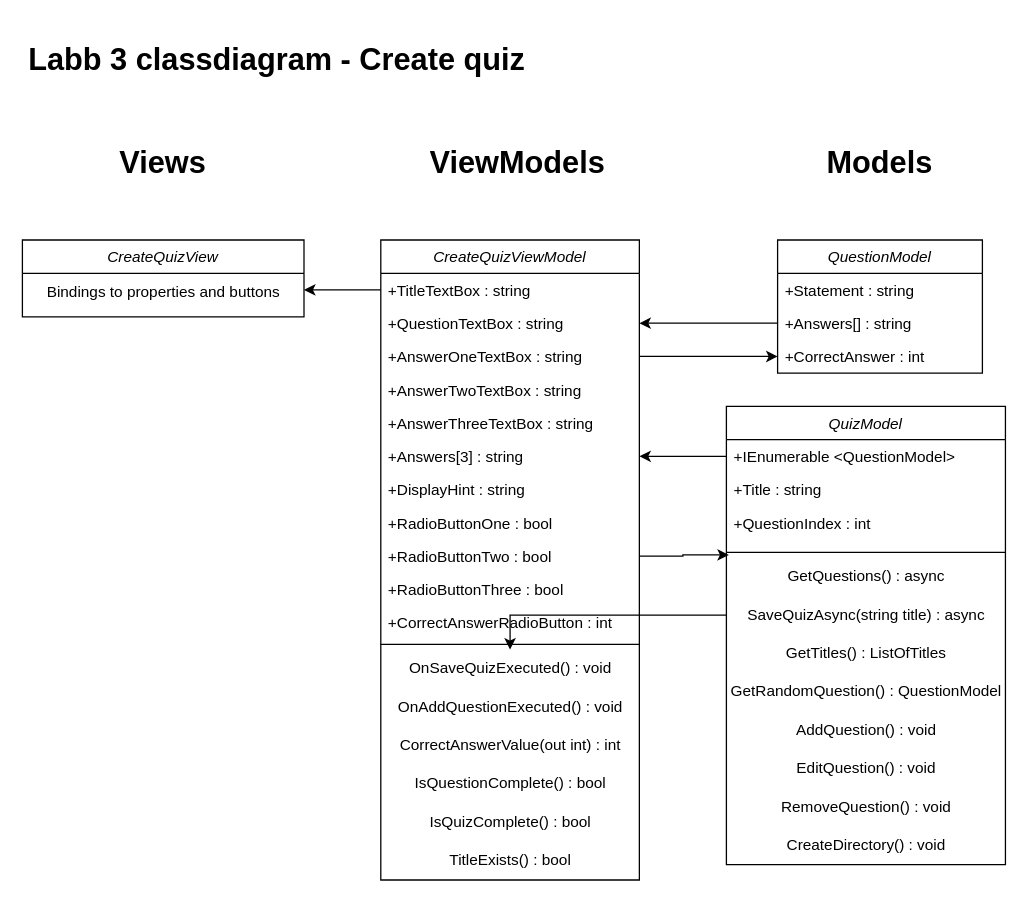
This is Labb3-Ressurrection/Resources/Namnlöst diagram.drawio from MagSandberg/Labb3-Ressurrection, a draw.io file, before an edit. Source tidied: cells renumbered, new cells numbered last; positions are measured from the earlier drawing's top-left corner, leaving out a move shared by most shapes. Both pictures are drawn from the tidied source at 128%, with x=0, y=0 at pixel (22, 35).
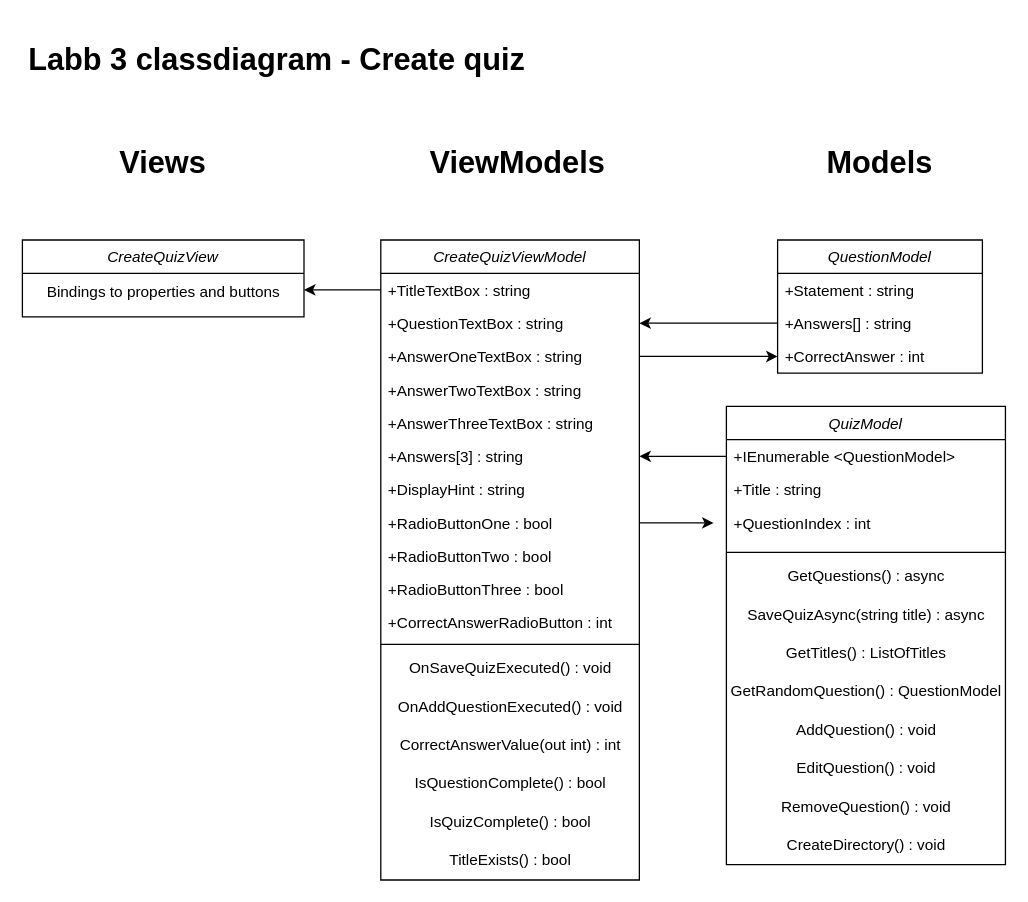
The same page after the edit.

Unchanged cells that the change refers to:
```xml
<mxCell id="14" style="line;strokeWidth=1;fillColor=none;align=left;verticalAlign=middle;spacingTop=-1;spacingLeft=3;spacingRight=3;labelPosition=right;points=[];portConstraint=eastwest;strokeColor=inherit;" parent="10" vertex="1">
  <mxGeometry y="110" width="218" height="8" as="geometry" />
</mxCell>
<mxCell id="16" value="SaveQuizAsync(string title) : async" style="text;html=1;align=center;verticalAlign=middle;points=[];strokeColor=none;fillColor=none;" parent="10" vertex="1">
  <mxGeometry y="148" width="218" height="30" as="geometry" />
</mxCell>
<mxCell id="31" value="+RadioButtonOne : bool" style="text;align=left;verticalAlign=top;spacingLeft=4;spacingRight=4;overflow=hidden;points=[[0,0.5],[1,0.5]];portConstraint=eastwest;rounded=0;shadow=0;html=0;" parent="23" vertex="1">
  <mxGeometry y="208" width="202" height="26" as="geometry" />
</mxCell>
<mxCell id="32" value="+RadioButtonTwo : bool" style="text;align=left;verticalAlign=top;spacingLeft=4;spacingRight=4;overflow=hidden;points=[[0,0.5],[1,0.5]];portConstraint=eastwest;rounded=0;shadow=0;html=0;" parent="23" vertex="1">
  <mxGeometry y="234" width="202" height="26" as="geometry" />
</mxCell>
<mxCell id="36" value="OnSaveQuizExecuted() : void" style="text;html=1;align=center;verticalAlign=middle;points=[];strokeColor=none;fillColor=none;" parent="23" vertex="1">
  <mxGeometry y="320" width="202" height="30" as="geometry" />
</mxCell>
```

What changed in the source:
```diff
@@
-    <mxCell id="48" style="edgeStyle=orthogonalEdgeStyle;rounded=0;jettySize=auto;html=1;entryX=0.009;entryY=0.75;entryDx=0;entryDy=0;entryPerimeter=0;" parent="1" edge="1" source="32" target="14">
-      <mxGeometry relative="1" as="geometry" />
-    </mxCell>
-    <mxCell id="49" style="edgeStyle=orthogonalEdgeStyle;rounded=0;jettySize=auto;html=1;" parent="1" edge="1" source="16" target="36">
-      <mxGeometry relative="1" as="geometry" />
-    </mxCell>
+    <mxCell id="50" style="edgeStyle=orthogonalEdgeStyle;rounded=0;jettySize=auto;html=1;" parent="1" edge="1" source="31">
+      <mxGeometry relative="1" as="geometry">
+        <mxPoint x="540" y="381" as="targetPoint" />
+      </mxGeometry>
+    </mxCell>
```
